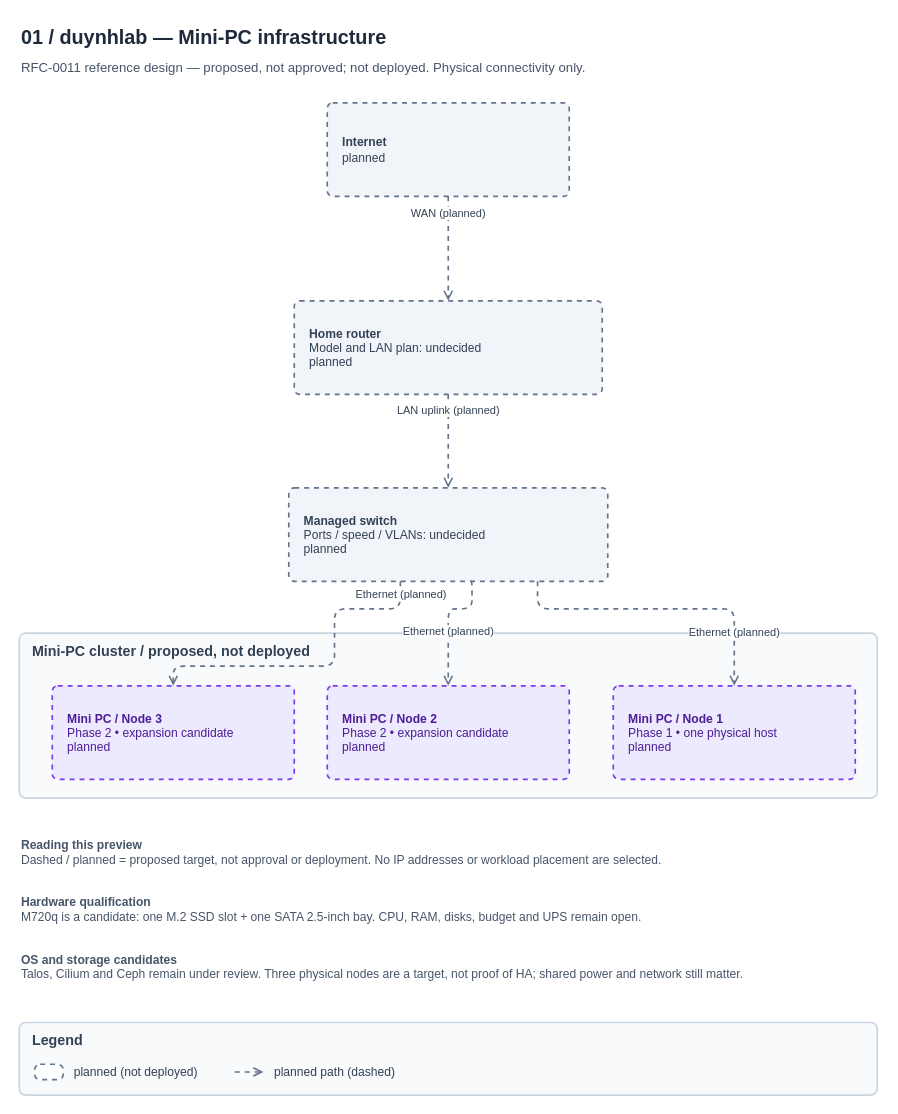
Above: docs/architecture/platform/rfc0011-infrastructure.drawio in duynhlab/homelab (draw.io), before the change. Source tidied: cells renumbered, new cells numbered last; positions are measured from the earlier drawing's top-left corner, leaving out a move shared by most shapes. Both pictures are drawn from the tidied source at 110%, with x=0, y=0 at pixel (19, 19).
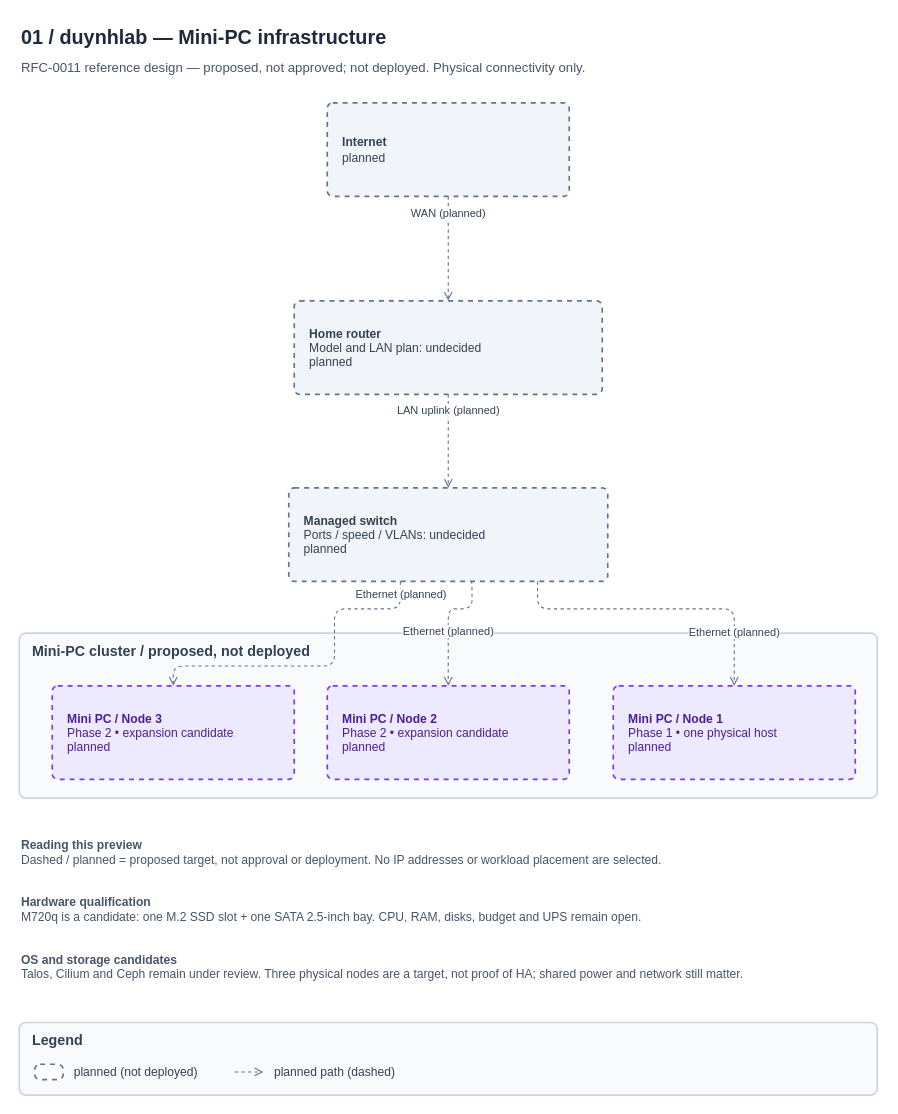
Above is the later version.

The change refers to these unchanged cells:
```xml
<mxCell id="5" value="&lt;b&gt;Internet&lt;/b&gt;&lt;br&gt;planned" style="rounded=1;dashed=1;absoluteArcSize=1;arcSize=10;shadow=0;whiteSpace=wrap;html=1;align=left;spacingLeft=12;fillColor=#F1F5F9;strokeColor=#64748B;strokeWidth=1.5;fontColor=#334155;fontFamily=Helvetica;fontSize=11;" parent="1" vertex="1">
  <mxGeometry x="280" y="76" width="220" height="85" as="geometry" />
</mxCell>
<mxCell id="6" value="&lt;b&gt;Home router&lt;/b&gt;&lt;br&gt;Model and LAN plan: undecided&lt;br&gt;planned" style="rounded=1;dashed=1;absoluteArcSize=1;arcSize=10;shadow=0;whiteSpace=wrap;html=1;align=left;spacingLeft=12;fillColor=#F1F5F9;strokeColor=#64748B;strokeWidth=1.5;fontColor=#334155;fontFamily=Helvetica;fontSize=11;" parent="1" vertex="1">
  <mxGeometry x="250" y="256" width="280" height="85" as="geometry" />
</mxCell>
<mxCell id="7" value="&lt;b&gt;Managed switch&lt;/b&gt;&lt;br&gt;Ports / speed / VLANs: undecided&lt;br&gt;planned" style="rounded=1;dashed=1;absoluteArcSize=1;arcSize=10;shadow=0;whiteSpace=wrap;html=1;align=left;spacingLeft=12;fillColor=#F1F5F9;strokeColor=#64748B;strokeWidth=1.5;fontColor=#334155;fontFamily=Helvetica;fontSize=11;" parent="1" vertex="1">
  <mxGeometry x="245" y="426" width="290" height="85" as="geometry" />
</mxCell>
<mxCell id="8" value="&lt;b&gt;Mini PC / Node 1&lt;/b&gt;&lt;br&gt;Phase 1 • one physical host&lt;br&gt;planned" style="rounded=1;dashed=1;absoluteArcSize=1;arcSize=10;shadow=0;whiteSpace=wrap;html=1;align=left;spacingLeft=12;fillColor=#EDE9FE;strokeColor=#7C3AED;strokeWidth=1.5;fontColor=#4C1D95;fontFamily=Helvetica;fontSize=11;" parent="4" vertex="1">
  <mxGeometry x="540" y="48" width="220" height="85" as="geometry" />
</mxCell>
<mxCell id="9" value="&lt;b&gt;Mini PC / Node 2&lt;/b&gt;&lt;br&gt;Phase 2 • expansion candidate&lt;br&gt;planned" style="rounded=1;dashed=1;absoluteArcSize=1;arcSize=10;shadow=0;whiteSpace=wrap;html=1;align=left;spacingLeft=12;fillColor=#EDE9FE;strokeColor=#7C3AED;strokeWidth=1.5;fontColor=#4C1D95;fontFamily=Helvetica;fontSize=11;" parent="4" vertex="1">
  <mxGeometry x="280" y="48" width="220" height="85" as="geometry" />
</mxCell>
<mxCell id="10" value="&lt;b&gt;Mini PC / Node 3&lt;/b&gt;&lt;br&gt;Phase 2 • expansion candidate&lt;br&gt;planned" style="rounded=1;dashed=1;absoluteArcSize=1;arcSize=10;shadow=0;whiteSpace=wrap;html=1;align=left;spacingLeft=12;fillColor=#EDE9FE;strokeColor=#7C3AED;strokeWidth=1.5;fontColor=#4C1D95;fontFamily=Helvetica;fontSize=11;" parent="4" vertex="1">
  <mxGeometry x="30" y="48" width="220" height="85" as="geometry" />
</mxCell>
<mxCell id="19" value="Legend" style="rounded=1;absoluteArcSize=1;arcSize=12;verticalAlign=top;html=1;fillColor=#F8FAFC;strokeColor=#CBD5E1;strokeWidth=1.5;fontColor=#334155;fontFamily=Helvetica;fontSize=13;fontStyle=1;align=left;spacingLeft=10;spacingTop=2;" parent="1" vertex="1">
  <mxGeometry y="912" width="780" height="66" as="geometry" />
</mxCell>
```

Diff of the diagram source:
```diff
@@
-    <mxCell id="11" value="WAN (planned)" style="edgeStyle=orthogonalEdgeStyle;rounded=1;html=1;strokeColor=#64748B;strokeWidth=1.5;endArrow=open;dashed=1;fontFamily=Helvetica;fontSize=10;fontColor=#334155;labelBackgroundColor=#FFFFFF;endSize=6;exitX=0.5;exitY=1;exitDx=0;exitDy=0;entryX=0.5;entryY=0;entryDx=0;entryDy=0;" parent="1" edge="1" source="5" target="6">
+    <mxCell id="11" value="WAN (planned)" style="edgeStyle=orthogonalEdgeStyle;rounded=1;html=1;strokeColor=#64748B;strokeWidth=1;endArrow=open;dashed=1;fontFamily=Helvetica;fontSize=10;fontColor=#334155;labelBackgroundColor=#FFFFFF;endSize=6;exitX=0.5;exitY=1;exitDx=0;exitDy=0;entryX=0.5;entryY=0;entryDx=0;entryDy=0;" parent="1" edge="1" source="5" target="6">
       <mxGeometry x="-0.68" relative="1" as="geometry">
         <Array as="points">
           <mxPoint x="390" y="211" />
           <mxPoint x="390" y="211" />
         </Array>
       </mxGeometry>
     </mxCell>
-    <mxCell id="12" value="LAN uplink (planned)" style="edgeStyle=orthogonalEdgeStyle;rounded=1;html=1;strokeColor=#64748B;strokeWidth=1.5;endArrow=open;dashed=1;fontFamily=Helvetica;fontSize=10;fontColor=#334155;labelBackgroundColor=#FFFFFF;endSize=6;exitX=0.5;exitY=1;exitDx=0;exitDy=0;entryX=0.5;entryY=0;entryDx=0;entryDy=0;" parent="1" edge="1" source="6" target="7">
+    <mxCell id="12" value="LAN uplink (planned)" style="edgeStyle=orthogonalEdgeStyle;rounded=1;html=1;strokeColor=#64748B;strokeWidth=1;endArrow=open;dashed=1;fontFamily=Helvetica;fontSize=10;fontColor=#334155;labelBackgroundColor=#FFFFFF;endSize=6;exitX=0.5;exitY=1;exitDx=0;exitDy=0;entryX=0.5;entryY=0;entryDx=0;entryDy=0;" parent="1" edge="1" source="6" target="7">
       <mxGeometry x="-0.68" relative="1" as="geometry">
         <Array as="points">
           <mxPoint x="390" y="386" />
           <mxPoint x="390" y="386" />
         </Array>
       </mxGeometry>
     </mxCell>
-    <mxCell id="13" value="Ethernet (planned)" style="edgeStyle=orthogonalEdgeStyle;rounded=1;html=1;strokeColor=#64748B;strokeWidth=1.5;endArrow=open;dashed=1;fontFamily=Helvetica;fontSize=10;fontColor=#334155;labelBackgroundColor=#FFFFFF;endSize=6;exitX=0.78;exitY=1;exitDx=0;exitDy=0;entryX=0.5;entryY=0;entryDx=0;entryDy=0;" parent="1" edge="1" source="7" target="8">
+    <mxCell id="13" value="Ethernet (planned)" style="edgeStyle=orthogonalEdgeStyle;rounded=1;html=1;strokeColor=#64748B;strokeWidth=1;endArrow=open;dashed=1;fontFamily=Helvetica;fontSize=10;fontColor=#334155;labelBackgroundColor=#FFFFFF;endSize=6;exitX=0.78;exitY=1;exitDx=0;exitDy=0;entryX=0.5;entryY=0;entryDx=0;entryDy=0;" parent="1" edge="1" source="7" target="8">
       <mxGeometry x="0.64" relative="1" as="geometry">
         <Array as="points">
           <mxPoint x="471.6" y="536" />
           <mxPoint x="650" y="536" />
         </Array>
       </mxGeometry>
     </mxCell>
-    <mxCell id="14" value="Ethernet (planned)" style="edgeStyle=orthogonalEdgeStyle;rounded=1;html=1;strokeColor=#64748B;strokeWidth=1.5;endArrow=open;dashed=1;fontFamily=Helvetica;fontSize=10;fontColor=#334155;labelBackgroundColor=#FFFFFF;endSize=6;exitX=0.57;exitY=1;exitDx=0;exitDy=0;entryX=0.5;entryY=0;entryDx=0;entryDy=0;" parent="1" edge="1" source="7" target="9">
+    <mxCell id="14" value="Ethernet (planned)" style="edgeStyle=orthogonalEdgeStyle;rounded=1;html=1;strokeColor=#64748B;strokeWidth=1;endArrow=open;dashed=1;fontFamily=Helvetica;fontSize=10;fontColor=#334155;labelBackgroundColor=#FFFFFF;endSize=6;exitX=0.57;exitY=1;exitDx=0;exitDy=0;entryX=0.5;entryY=0;entryDx=0;entryDy=0;" parent="1" edge="1" source="7" target="9">
       <mxGeometry x="0.16" relative="1" as="geometry">
         <Array as="points">
           <mxPoint x="411.6" y="536" />
           <mxPoint x="390" y="536" />
         </Array>
       </mxGeometry>
     </mxCell>
-    <mxCell id="15" value="Ethernet (planned)" style="edgeStyle=orthogonalEdgeStyle;rounded=1;html=1;strokeColor=#64748B;strokeWidth=1.5;endArrow=open;dashed=1;fontFamily=Helvetica;fontSize=10;fontColor=#334155;labelBackgroundColor=#FFFFFF;endSize=6;exitX=0.35;exitY=1;exitDx=0;exitDy=0;entryX=0.5;entryY=0;entryDx=0;entryDy=0;" parent="1" edge="1" source="7" target="10">
+    <mxCell id="15" value="Ethernet (planned)" style="edgeStyle=orthogonalEdgeStyle;rounded=1;html=1;strokeColor=#64748B;strokeWidth=1;endArrow=open;dashed=1;fontFamily=Helvetica;fontSize=10;fontColor=#334155;labelBackgroundColor=#FFFFFF;endSize=6;exitX=0.35;exitY=1;exitDx=0;exitDy=0;entryX=0.5;entryY=0;entryDx=0;entryDy=0;" parent="1" edge="1" source="7" target="10">
       <mxGeometry x="-0.92" relative="1" as="geometry">
         <Array as="points">
           <mxPoint x="346.6" y="536" />
           <mxPoint x="286.6" y="536" />
           <mxPoint x="286.6" y="588" />
           <mxPoint x="140" y="588" />
         </Array>
       </mxGeometry>
     </mxCell>
@@
-    <mxCell id="22" style="edgeStyle=orthogonalEdgeStyle;rounded=1;html=1;strokeColor=#64748B;strokeWidth=1.5;endArrow=open;dashed=1;" parent="19" edge="1">
+    <mxCell id="22" style="edgeStyle=orthogonalEdgeStyle;rounded=1;html=1;strokeColor=#64748B;strokeWidth=1;endArrow=open;dashed=1;" parent="19" edge="1">
       <mxGeometry relative="1" as="geometry">
         <mxPoint x="196" y="45" as="sourcePoint" />
         <mxPoint x="222" y="45" as="targetPoint" />
       </mxGeometry>
     </mxCell>
```
